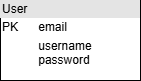
Above: docs/images/08_Diagrama_database.drawio.png in Arquisoft/yovi_es4d (draw.io), before the change. Source tidied: cells renumbered, new cells last; positions are measured from the earlier drawing's top-left corner, leaving out a move shared by most shapes. The source it was exported from:
```xml
<mxGraphModel>
  <root>
    <mxCell id="0" />
    <mxCell id="1" parent="0" />
    <mxCell id="2" value="&lt;div style=&quot;box-sizing: border-box; width: 100%; background: rgb(228, 228, 228); padding: 2px;&quot;&gt;User&lt;/div&gt;&lt;table style=&quot;width:100%;font-size:1em;&quot; cellpadding=&quot;2&quot; cellspacing=&quot;0&quot;&gt;&lt;tbody&gt;&lt;tr&gt;&lt;td&gt;PK&lt;/td&gt;&lt;td&gt;email&lt;br&gt;&lt;/td&gt;&lt;/tr&gt;&lt;tr&gt;&lt;td&gt;&lt;br&gt;&lt;/td&gt;&lt;td&gt;username&lt;br&gt;password&lt;br&gt;&lt;br&gt;&lt;/td&gt;&lt;/tr&gt;&lt;/tbody&gt;&lt;/table&gt;" style="verticalAlign=top;align=left;overflow=fill;html=1;whiteSpace=wrap;" parent="1" vertex="1">
      <mxGeometry width="140" height="80" as="geometry" />
    </mxCell>
  </root>
</mxGraphModel>
```
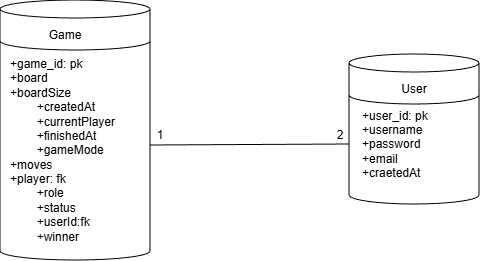
Above is the later version.

The edit, as a diff of the source:
```diff
@@ -2,8 +2,38 @@
   <root>
     <mxCell id="0" />
     <mxCell id="1" parent="0" />
-    <mxCell id="2" value="&lt;div style=&quot;box-sizing: border-box; width: 100%; background: rgb(228, 228, 228); padding: 2px;&quot;&gt;User&lt;/div&gt;&lt;table style=&quot;width:100%;font-size:1em;&quot; cellpadding=&quot;2&quot; cellspacing=&quot;0&quot;&gt;&lt;tbody&gt;&lt;tr&gt;&lt;td&gt;PK&lt;/td&gt;&lt;td&gt;email&lt;br&gt;&lt;/td&gt;&lt;/tr&gt;&lt;tr&gt;&lt;td&gt;&lt;br&gt;&lt;/td&gt;&lt;td&gt;username&lt;br&gt;password&lt;br&gt;&lt;br&gt;&lt;/td&gt;&lt;/tr&gt;&lt;/tbody&gt;&lt;/table&gt;" style="verticalAlign=top;align=left;overflow=fill;html=1;whiteSpace=wrap;" parent="1" vertex="1">
-      <mxGeometry width="140" height="80" as="geometry" />
-    </mxCell>
+    <mxCell id="3" style="shape=cylinder3;whiteSpace=wrap;html=1;boundedLbl=1;backgroundOutline=1;size=9;" parent="1" vertex="1">
+      <mxGeometry x="75" y="-76" width="130" height="120" as="geometry" />
+    </mxCell>
+    <mxCell id="4" style="shape=cylinder3;html=1;boundedLbl=1;backgroundOutline=1;size=9;" parent="1" vertex="1">
+      <mxGeometry x="75" y="-106" width="130" height="50" as="geometry" />
+    </mxCell>
+    <mxCell id="5" style="shape=cylinder3;whiteSpace=wrap;html=1;boundedLbl=1;backgroundOutline=1;size=9;" parent="1" vertex="1">
+      <mxGeometry x="-274" y="-130" width="150" height="230" as="geometry" />
+    </mxCell>
+    <mxCell id="6" style="shape=cylinder3;html=1;boundedLbl=1;backgroundOutline=1;size=9;" parent="1" vertex="1">
+      <mxGeometry x="-274" y="-160" width="150" height="50" as="geometry" />
+    </mxCell>
+    <mxCell id="7" value="Game" style="text;html=1;whiteSpace=wrap;strokeColor=none;fillColor=none;align=center;verticalAlign=middle;rounded=0;" parent="1" vertex="1">
+      <mxGeometry x="-239" y="-140" width="60" height="30" as="geometry" />
+    </mxCell>
+    <mxCell id="8" value="User" style="text;html=1;whiteSpace=wrap;strokeColor=none;fillColor=none;align=center;verticalAlign=middle;rounded=0;" parent="1" vertex="1">
+      <mxGeometry x="110" y="-86" width="60" height="30" as="geometry" />
+    </mxCell>
+    <mxCell id="9" value="+user_id: pk&lt;div&gt;+username&lt;/div&gt;&lt;div&gt;+password&lt;/div&gt;&lt;div&gt;+email&lt;/div&gt;&lt;div&gt;+craetedAt&lt;/div&gt;" style="text;html=1;whiteSpace=wrap;strokeColor=none;fillColor=none;align=left;verticalAlign=middle;rounded=0;" parent="1" vertex="1">
+      <mxGeometry x="86" y="-56" width="100" height="80" as="geometry" />
+    </mxCell>
+    <mxCell id="10" value="+game_id: pk&lt;div&gt;+board&lt;/div&gt;&lt;div&gt;+boardSize&lt;/div&gt;&lt;div&gt;&lt;span style=&quot;white-space: pre;&quot;&gt;&#9;&lt;/span&gt;+createdAt&lt;/div&gt;&lt;div&gt;&lt;span style=&quot;white-space: pre;&quot;&gt;&#9;&lt;/span&gt;+currentPlayer&lt;/div&gt;&lt;div&gt;&lt;span style=&quot;white-space: pre;&quot;&gt;&#9;&lt;/span&gt;+finishedAt&lt;br&gt;&lt;/div&gt;&lt;div&gt;&lt;span style=&quot;white-space: pre;&quot;&gt;&#9;&lt;/span&gt;+gameMode&lt;/div&gt;&lt;div&gt;&lt;div&gt;+moves&lt;/div&gt;&lt;div&gt;+player: fk&lt;/div&gt;&lt;/div&gt;&lt;div&gt;&lt;span style=&quot;white-space: pre;&quot;&gt;&#9;&lt;/span&gt;+role&lt;br&gt;&lt;/div&gt;&lt;div&gt;&lt;span style=&quot;white-space: pre;&quot;&gt;&#9;&lt;/span&gt;+status&lt;br&gt;&lt;/div&gt;&lt;div&gt;&lt;span style=&quot;white-space: pre;&quot;&gt;&#9;&lt;/span&gt;+userId:fk&lt;br&gt;&lt;/div&gt;&lt;div&gt;&lt;span style=&quot;white-space: pre;&quot;&gt;&#9;&lt;/span&gt;+winner&lt;br&gt;&lt;/div&gt;" style="text;html=1;whiteSpace=wrap;strokeColor=none;fillColor=none;align=left;verticalAlign=middle;rounded=0;" parent="1" vertex="1">
+      <mxGeometry x="-266.5" y="-100" width="122.5" height="180" as="geometry" />
+    </mxCell>
+    <mxCell id="11" style="endArrow=none;html=1;rounded=0;exitX=1;exitY=0.5;exitDx=0;exitDy=0;exitPerimeter=0;entryX=0;entryY=0.5;entryDx=0;entryDy=0;entryPerimeter=0;" parent="1" edge="1" source="5" target="3">
+      <mxGeometry relative="1" as="geometry" />
+    </mxCell>
+    <mxCell id="12" value="1" style="text;html=1;whiteSpace=wrap;strokeColor=none;fillColor=none;align=center;verticalAlign=middle;rounded=0;" parent="1" vertex="1">
+      <mxGeometry x="-144" y="-40" width="60" height="30" as="geometry" />
+    </mxCell>
+    <mxCell id="13" value="2" style="text;html=1;whiteSpace=wrap;strokeColor=none;fillColor=none;align=center;verticalAlign=middle;rounded=0;" parent="1" vertex="1">
+      <mxGeometry x="36" y="-40" width="60" height="30" as="geometry" />
+    </mxCell>
   </root>
 </mxGraphModel>
```
